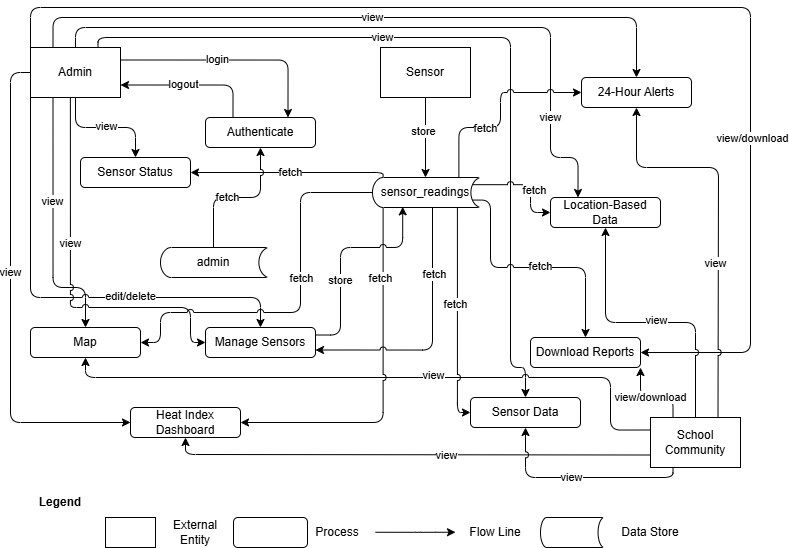
This is data-flow-lvl-1.drawio (1).png from Mr-Potatoe/final, a draw.io export, as it was before one commit. Source tidied: cells renumbered, new cells last; positions are measured from the earlier drawing's top-left corner, leaving out a move shared by most shapes.
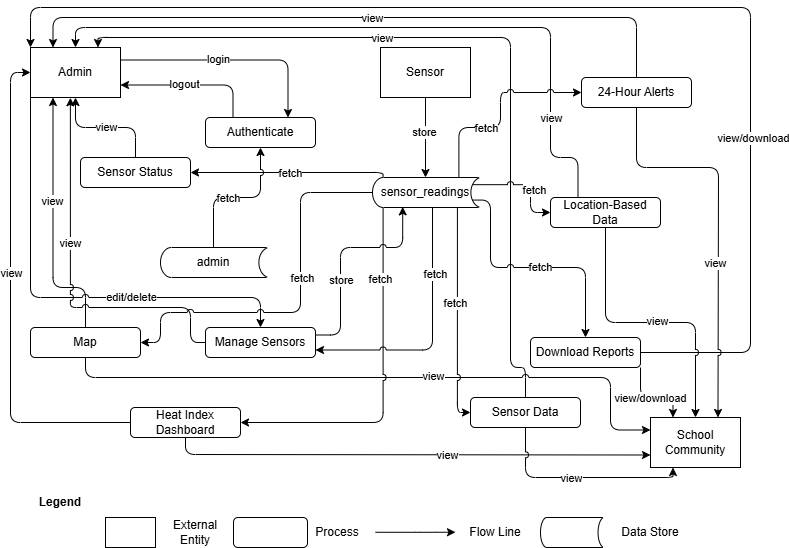
The same file after the commit.

The edit, as a diff of the source:
```diff
@@ -33,7 +33,7 @@
     <mxCell id="9" value="Data Store" style="text;html=1;align=center;verticalAlign=middle;whiteSpace=wrap;rounded=1;" parent="1" vertex="1">
       <mxGeometry x="590" y="510" width="60" height="30" as="geometry" />
     </mxCell>
-    <mxCell id="10" style="edgeStyle=orthogonalEdgeStyle;rounded=1;jettySize=auto;html=1;exitX=0;exitY=0.5;exitDx=0;exitDy=0;entryX=0;entryY=0.5;entryDx=0;entryDy=0;jumpStyle=arc;" parent="1" edge="1" source="30" target="68">
+    <mxCell id="10" style="edgeStyle=orthogonalEdgeStyle;rounded=1;jettySize=auto;html=1;exitX=0;exitY=0.5;exitDx=0;exitDy=0;entryX=0;entryY=0.5;entryDx=0;entryDy=0;jumpStyle=arc;startArrow=classic;startFill=1;endArrow=none;endFill=0;" parent="1" edge="1" source="30" target="68">
       <mxGeometry relative="1" as="geometry" />
     </mxCell>
     <mxCell id="11" value="view" style="edgeLabel;html=1;align=center;verticalAlign=middle;rounded=1;" parent="10" vertex="1">
@@ -45,7 +45,7 @@
     <mxCell id="13" value="login" style="edgeLabel;html=1;align=center;verticalAlign=middle;rounded=1;" parent="12" vertex="1">
       <mxGeometry x="-0.14" y="1" relative="1" as="geometry" />
     </mxCell>
-    <mxCell id="14" style="edgeStyle=orthogonalEdgeStyle;rounded=1;jettySize=auto;html=1;exitX=0.25;exitY=1;exitDx=0;exitDy=0;entryX=0.5;entryY=0;entryDx=0;entryDy=0;jumpStyle=arc;" parent="1" edge="1" source="30" target="72">
+    <mxCell id="14" style="edgeStyle=orthogonalEdgeStyle;rounded=1;jettySize=auto;html=1;exitX=0.25;exitY=1;exitDx=0;exitDy=0;entryX=0.5;entryY=0;entryDx=0;entryDy=0;jumpStyle=arc;startArrow=classic;startFill=1;endArrow=none;endFill=0;" parent="1" edge="1" source="30" target="72">
       <mxGeometry relative="1" as="geometry">
         <Array as="points">
           <mxPoint x="23" y="280" />
@@ -56,7 +56,7 @@
     <mxCell id="15" value="view" style="edgeLabel;html=1;align=center;verticalAlign=middle;rounded=1;" parent="14" vertex="1">
       <mxGeometry x="-0.21" y="-1" relative="1" as="geometry" />
     </mxCell>
-    <mxCell id="16" style="edgeStyle=orthogonalEdgeStyle;rounded=1;jettySize=auto;html=1;entryX=0.5;entryY=0;entryDx=0;entryDy=0;" parent="1" edge="1" source="30" target="73">
+    <mxCell id="16" style="edgeStyle=orthogonalEdgeStyle;rounded=1;jettySize=auto;html=1;entryX=0.5;entryY=0;entryDx=0;entryDy=0;startArrow=classic;startFill=1;endArrow=none;endFill=0;" parent="1" edge="1" source="30" target="73">
       <mxGeometry relative="1" as="geometry" />
     </mxCell>
     <mxCell id="17" value="view" style="edgeLabel;html=1;align=center;verticalAlign=middle;rounded=1;" parent="16" vertex="1">
@@ -73,7 +73,7 @@
     <mxCell id="19" value="edit/delete" style="edgeLabel;html=1;align=center;verticalAlign=middle;rounded=1;" parent="18" vertex="1">
       <mxGeometry x="0.3" y="1" relative="1" as="geometry" />
     </mxCell>
-    <mxCell id="20" style="edgeStyle=orthogonalEdgeStyle;rounded=1;jettySize=auto;html=1;exitX=0.443;exitY=1.005;exitDx=0;exitDy=0;entryX=0;entryY=0.5;entryDx=0;entryDy=0;jumpStyle=arc;exitPerimeter=0;" parent="1" edge="1" source="30" target="74">
+    <mxCell id="20" style="edgeStyle=orthogonalEdgeStyle;rounded=1;jettySize=auto;html=1;exitX=0.443;exitY=1.005;exitDx=0;exitDy=0;entryX=0;entryY=0.5;entryDx=0;entryDy=0;jumpStyle=arc;exitPerimeter=0;startArrow=classic;startFill=1;endArrow=none;endFill=0;" parent="1" edge="1" source="30" target="74">
       <mxGeometry relative="1" as="geometry">
         <Array as="points">
           <mxPoint x="40" y="300" />
@@ -87,7 +87,7 @@
         <mxPoint x="-2" as="offset" />
       </mxGeometry>
     </mxCell>
-    <mxCell id="22" style="edgeStyle=orthogonalEdgeStyle;rounded=1;jettySize=auto;html=1;exitX=0.75;exitY=0;exitDx=0;exitDy=0;entryX=0.5;entryY=0;entryDx=0;entryDy=0;jumpStyle=arc;" parent="1" edge="1" source="30" target="77">
+    <mxCell id="22" style="edgeStyle=orthogonalEdgeStyle;rounded=1;jettySize=auto;html=1;exitX=0.75;exitY=0;exitDx=0;exitDy=0;entryX=0.5;entryY=0;entryDx=0;entryDy=0;jumpStyle=arc;startArrow=classic;startFill=1;endArrow=none;endFill=0;" parent="1" edge="1" source="30" target="77">
       <mxGeometry relative="1" as="geometry">
         <Array as="points">
           <mxPoint x="68" y="30" />
@@ -100,7 +100,7 @@
     <mxCell id="23" value="view" style="edgeLabel;html=1;align=center;verticalAlign=middle;rounded=1;" parent="22" vertex="1">
       <mxGeometry x="-0.26" relative="1" as="geometry" />
     </mxCell>
-    <mxCell id="24" style="edgeStyle=orthogonalEdgeStyle;rounded=1;jettySize=auto;html=1;exitX=0.5;exitY=0;exitDx=0;exitDy=0;entryX=0.25;entryY=0;entryDx=0;entryDy=0;jumpStyle=arc;" parent="1" edge="1" source="30" target="78">
+    <mxCell id="24" style="edgeStyle=orthogonalEdgeStyle;rounded=1;jettySize=auto;html=1;exitX=0.5;exitY=0;exitDx=0;exitDy=0;entryX=0.25;entryY=0;entryDx=0;entryDy=0;jumpStyle=arc;startArrow=classic;startFill=1;endArrow=none;endFill=0;" parent="1" edge="1" source="30" target="78">
       <mxGeometry relative="1" as="geometry">
         <Array as="points">
           <mxPoint x="45" y="20" />
@@ -115,7 +115,7 @@
         <mxPoint x="1" y="-38" as="offset" />
       </mxGeometry>
     </mxCell>
-    <mxCell id="26" style="edgeStyle=orthogonalEdgeStyle;rounded=1;jettySize=auto;html=1;exitX=0.25;exitY=0;exitDx=0;exitDy=0;entryX=0.5;entryY=0;entryDx=0;entryDy=0;" parent="1" edge="1" source="30" target="79">
+    <mxCell id="26" style="edgeStyle=orthogonalEdgeStyle;rounded=1;jettySize=auto;html=1;exitX=0.25;exitY=0;exitDx=0;exitDy=0;entryX=0.5;entryY=0;entryDx=0;entryDy=0;startArrow=classic;startFill=1;endArrow=none;endFill=0;" parent="1" edge="1" source="30" target="79">
       <mxGeometry relative="1" as="geometry">
         <Array as="points">
           <mxPoint x="22" y="10" />
@@ -128,7 +128,7 @@
         <mxPoint x="2" y="-2" as="offset" />
       </mxGeometry>
     </mxCell>
-    <mxCell id="28" style="edgeStyle=orthogonalEdgeStyle;rounded=1;jettySize=auto;html=1;exitX=0;exitY=0;exitDx=0;exitDy=0;entryX=1;entryY=0.5;entryDx=0;entryDy=0;jumpStyle=arc;" parent="1" edge="1" source="30" target="80">
+    <mxCell id="28" style="edgeStyle=orthogonalEdgeStyle;rounded=1;jettySize=auto;html=1;exitX=0;exitY=0;exitDx=0;exitDy=0;entryX=1;entryY=0.5;entryDx=0;entryDy=0;jumpStyle=arc;startArrow=classic;startFill=1;endArrow=none;endFill=0;" parent="1" edge="1" source="30" target="80">
       <mxGeometry relative="1" as="geometry">
         <Array as="points">
           <mxPoint />
@@ -148,7 +148,7 @@
     <mxCell id="31" value="Sensor" style="rounded=0;whiteSpace=wrap;html=1;" parent="1" vertex="1">
       <mxGeometry x="350" y="40" width="90" height="50" as="geometry" />
     </mxCell>
-    <mxCell id="32" style="edgeStyle=orthogonalEdgeStyle;rounded=1;jettySize=auto;html=1;exitX=0;exitY=0.75;exitDx=0;exitDy=0;entryX=0.5;entryY=1;entryDx=0;entryDy=0;jumpStyle=arc;" parent="1" edge="1" source="44" target="68">
+    <mxCell id="32" style="edgeStyle=orthogonalEdgeStyle;rounded=1;jettySize=auto;html=1;exitX=0;exitY=0.75;exitDx=0;exitDy=0;entryX=0.5;entryY=1;entryDx=0;entryDy=0;jumpStyle=arc;startArrow=classic;startFill=1;endArrow=none;endFill=0;" parent="1" edge="1" source="44" target="68">
       <mxGeometry relative="1" as="geometry">
         <Array as="points">
           <mxPoint x="410" y="447" />
@@ -159,7 +159,7 @@
     <mxCell id="33" value="view" style="edgeLabel;html=1;align=center;verticalAlign=middle;rounded=1;" parent="32" vertex="1">
       <mxGeometry x="-0.15" relative="1" as="geometry" />
     </mxCell>
-    <mxCell id="34" style="edgeStyle=orthogonalEdgeStyle;rounded=1;jettySize=auto;html=1;exitX=0;exitY=0.25;exitDx=0;exitDy=0;entryX=0.5;entryY=1;entryDx=0;entryDy=0;jumpStyle=arc;" parent="1" edge="1" source="44" target="72">
+    <mxCell id="34" style="edgeStyle=orthogonalEdgeStyle;rounded=1;jettySize=auto;html=1;exitX=0;exitY=0.25;exitDx=0;exitDy=0;entryX=0.5;entryY=1;entryDx=0;entryDy=0;jumpStyle=arc;startArrow=classic;startFill=1;endArrow=none;endFill=0;" parent="1" edge="1" source="44" target="72">
       <mxGeometry relative="1" as="geometry">
         <Array as="points">
           <mxPoint x="580" y="423" />
@@ -173,7 +173,7 @@
         <mxPoint x="55" as="offset" />
       </mxGeometry>
     </mxCell>
-    <mxCell id="36" style="edgeStyle=orthogonalEdgeStyle;rounded=1;jettySize=auto;html=1;exitX=0.25;exitY=1;exitDx=0;exitDy=0;entryX=0.5;entryY=1;entryDx=0;entryDy=0;jumpStyle=arc;" parent="1" edge="1" source="44" target="77">
+    <mxCell id="36" style="edgeStyle=orthogonalEdgeStyle;rounded=1;jettySize=auto;html=1;exitX=0.25;exitY=1;exitDx=0;exitDy=0;entryX=0.5;entryY=1;entryDx=0;entryDy=0;jumpStyle=arc;startArrow=classic;startFill=1;endArrow=none;endFill=0;" parent="1" edge="1" source="44" target="77">
       <mxGeometry relative="1" as="geometry">
         <Array as="points">
           <mxPoint x="643" y="470" />
@@ -184,13 +184,13 @@
     <mxCell id="37" value="view" style="edgeLabel;html=1;align=center;verticalAlign=middle;rounded=1;" parent="36" vertex="1">
       <mxGeometry x="0.08" relative="1" as="geometry" />
     </mxCell>
-    <mxCell id="38" style="edgeStyle=orthogonalEdgeStyle;rounded=1;jettySize=auto;html=1;exitX=0.5;exitY=0;exitDx=0;exitDy=0;entryX=0.5;entryY=1;entryDx=0;entryDy=0;jumpStyle=arc;" parent="1" edge="1" source="44" target="78">
+    <mxCell id="38" style="edgeStyle=orthogonalEdgeStyle;rounded=1;jettySize=auto;html=1;exitX=0.5;exitY=0;exitDx=0;exitDy=0;entryX=0.5;entryY=1;entryDx=0;entryDy=0;jumpStyle=arc;startArrow=classic;startFill=1;endArrow=none;endFill=0;" parent="1" edge="1" source="44" target="78">
       <mxGeometry relative="1" as="geometry" />
     </mxCell>
     <mxCell id="39" value="view" style="edgeLabel;html=1;align=center;verticalAlign=middle;rounded=1;" parent="38" vertex="1">
       <mxGeometry x="-0.04" y="-2" relative="1" as="geometry" />
     </mxCell>
-    <mxCell id="40" style="edgeStyle=orthogonalEdgeStyle;rounded=1;jettySize=auto;html=1;exitX=0.75;exitY=0;exitDx=0;exitDy=0;entryX=0.5;entryY=1;entryDx=0;entryDy=0;jumpStyle=arc;" parent="1" edge="1" source="44" target="79">
+    <mxCell id="40" style="edgeStyle=orthogonalEdgeStyle;rounded=1;jettySize=auto;html=1;exitX=0.75;exitY=0;exitDx=0;exitDy=0;entryX=0.5;entryY=1;entryDx=0;entryDy=0;jumpStyle=arc;startArrow=classic;startFill=1;endArrow=none;endFill=0;" parent="1" edge="1" source="44" target="79">
       <mxGeometry relative="1" as="geometry">
         <Array as="points">
           <mxPoint x="688" y="255" />
@@ -205,7 +205,7 @@
         <mxPoint x="-6" as="offset" />
       </mxGeometry>
     </mxCell>
-    <mxCell id="42" style="edgeStyle=orthogonalEdgeStyle;rounded=1;jettySize=auto;html=1;exitX=0.25;exitY=0;exitDx=0;exitDy=0;entryX=1;entryY=1;entryDx=0;entryDy=0;" parent="1" edge="1" source="44" target="80">
+    <mxCell id="42" style="edgeStyle=orthogonalEdgeStyle;rounded=1;jettySize=auto;html=1;exitX=0.25;exitY=0;exitDx=0;exitDy=0;entryX=1;entryY=1;entryDx=0;entryDy=0;endArrow=none;endFill=0;startArrow=classic;startFill=1;" parent="1" edge="1" source="44" target="80">
       <mxGeometry relative="1" as="geometry">
         <Array as="points">
           <mxPoint x="642" y="390" />
```
